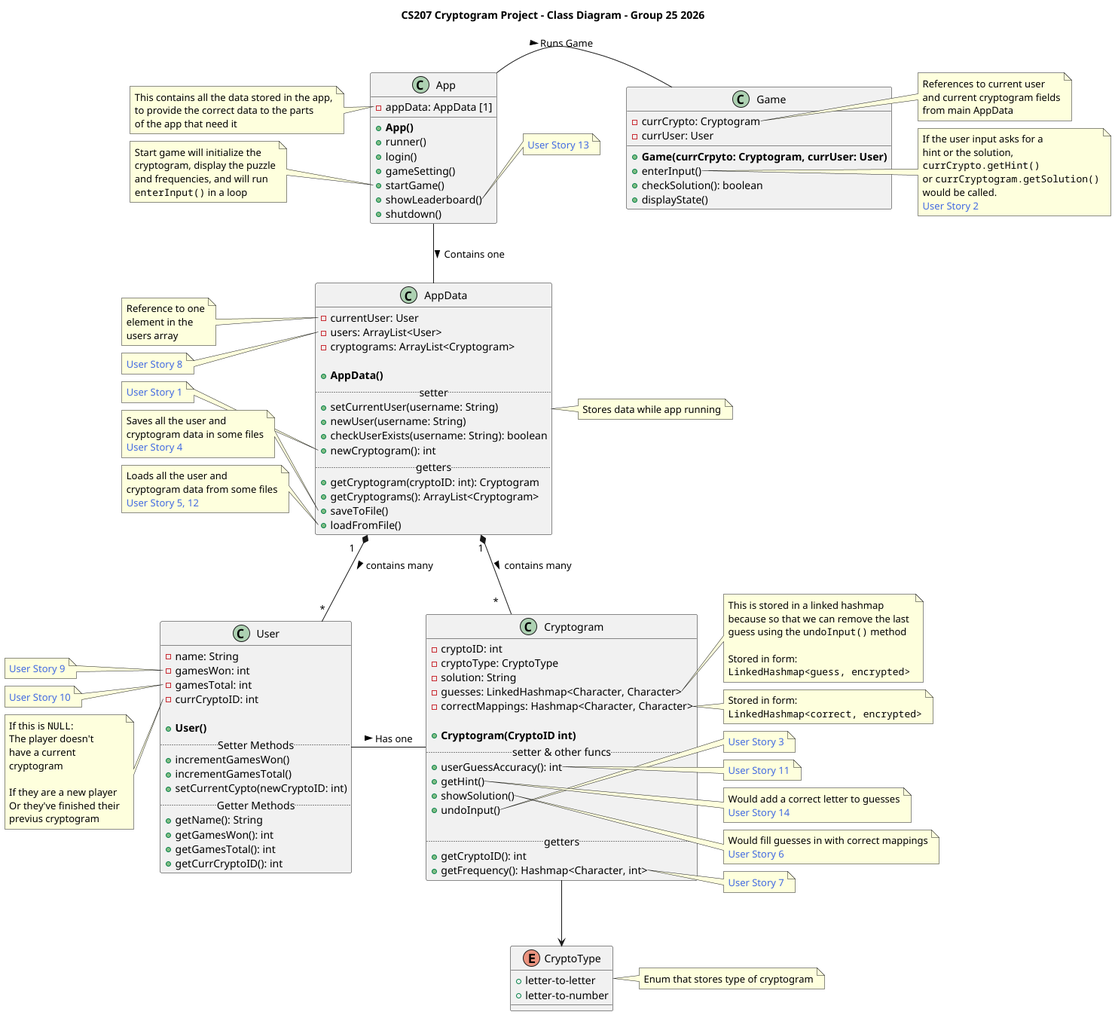
Earlier version of the PlantUML export Class-Diagrams/src/main-CS207 Cryptogram Project - Class Diagram - Group 25 2026.png (finlaysr/CS207-Cryptograms).
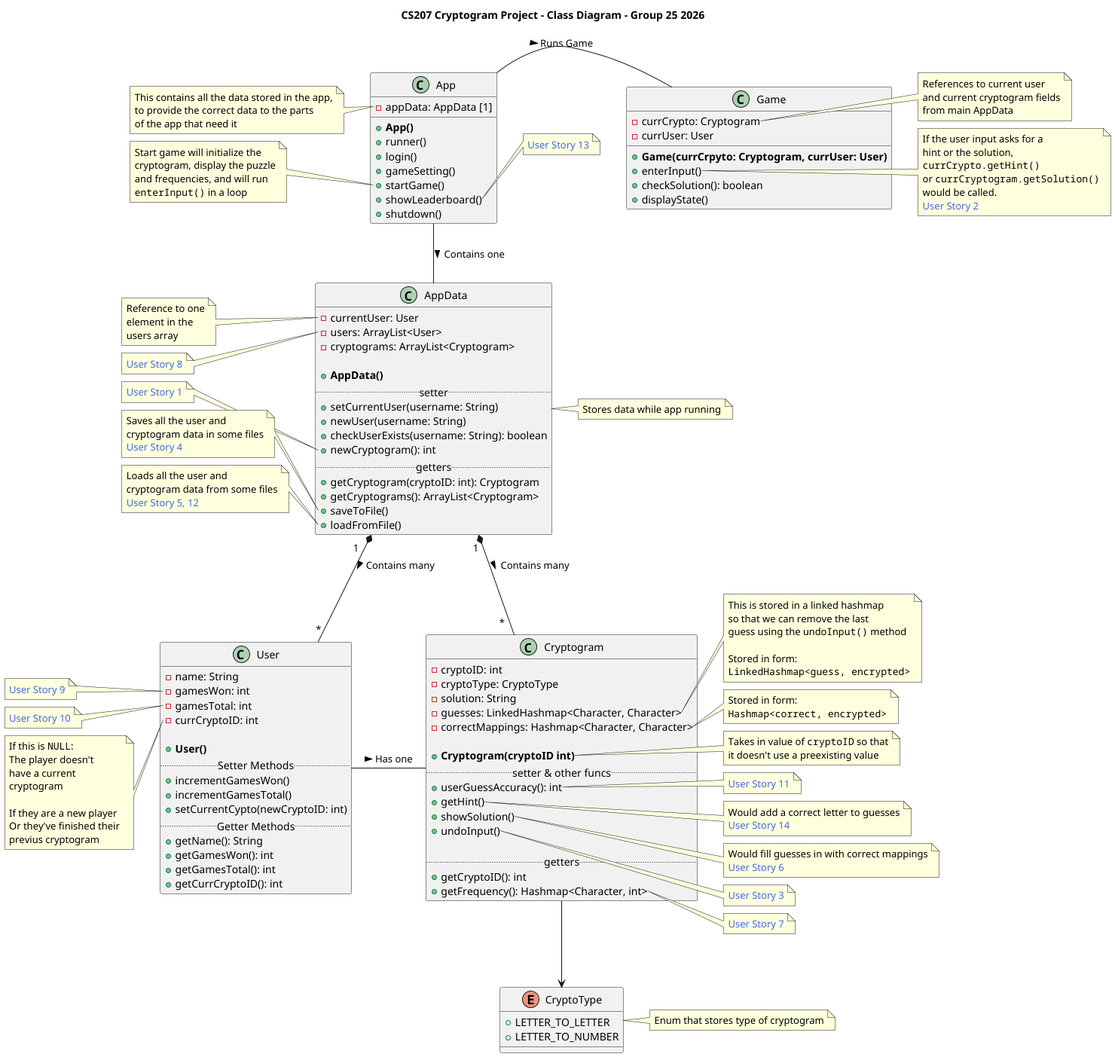
Above is the later version.

Change to the diagram source:
```diff
@@ -31,18 +31,17 @@
     ""enterInput()"" in a loop
 end note
 
-App -right- Game: > Runs Game
-App -- AppData: > Contains one
-
-AppData "1" *-- " *    " Cryptogram: > contains many
-AppData "1    " *-- "*" User: > contains many
-User - Cryptogram: > Has one
-Cryptogram --> CryptoType
-
 note right of App::showLeaderboard
     <color:royalBlue>User Story 13</color>
 end note
 
 
+App -right- Game: > Runs Game
+App -- AppData: > Contains one
+
+AppData "1 " *-- " *   " Cryptogram: > Contains many
+AppData "1    " *-- "*" User: > Contains many
+User - Cryptogram: > Has one
+Cryptogram --> CryptoType
 
 @enduml
```
